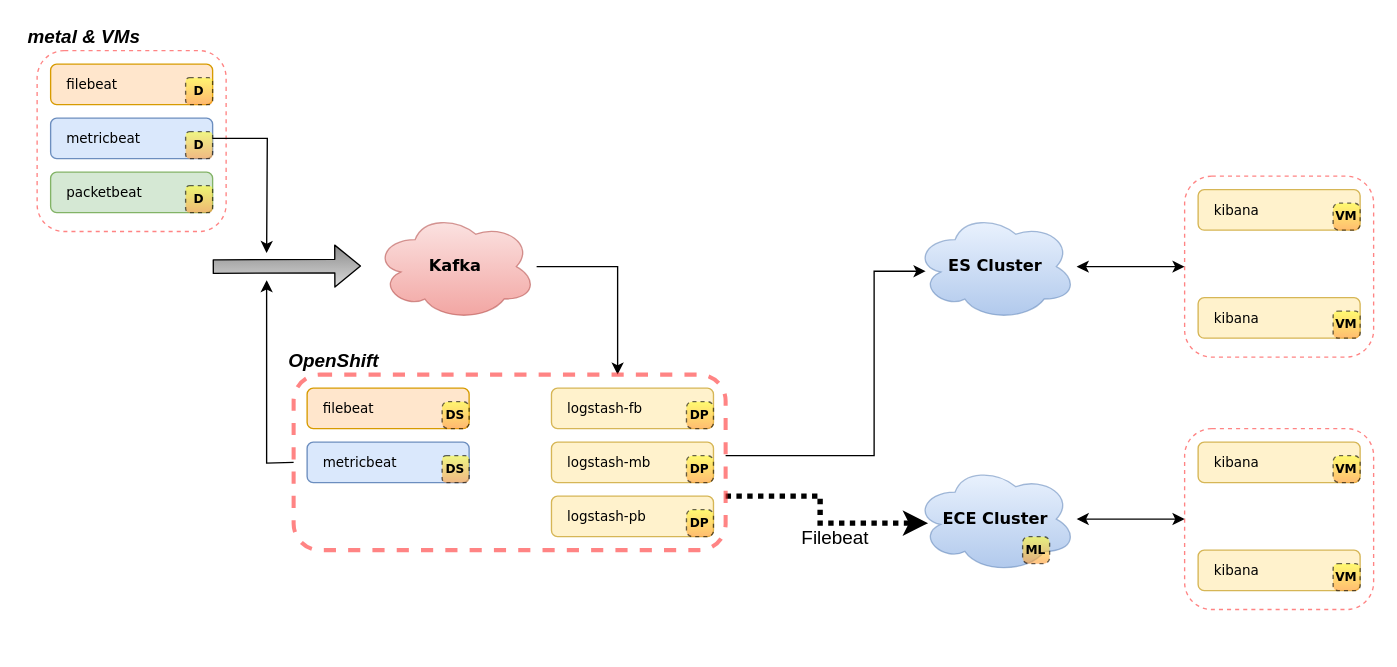
The draw.io diagram architecture/elasticsearch/belk_kafka_k8s_w_logstash_w_beats_w_ece.drawio in slmingol/diagram_assets, before the edit. Source tidied: cells renumbered, new cells numbered last; positions are measured from the earlier drawing's top-left corner, leaving out a move shared by most shapes. Both pictures are drawn from the tidied source at 135%, with x=0, y=0 at pixel (23, 23).
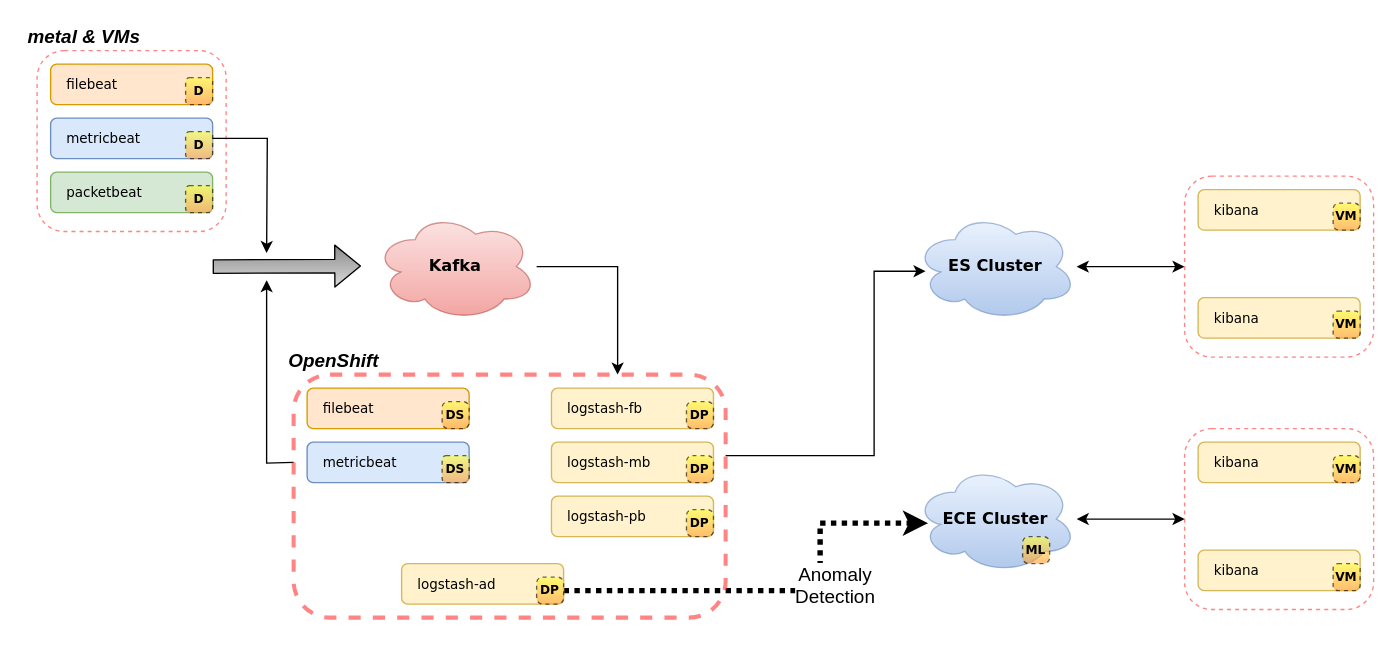
Above is the later version.

Unchanged cells that the change refers to:
```xml
<mxCell id="27" value="&lt;div style=&quot;text-align: center ; font-size: 12px&quot;&gt;&lt;span style=&quot;font-size: 12px&quot;&gt;ECE Cluster&lt;/span&gt;&lt;/div&gt;" style="ellipse;shape=cloud;whiteSpace=wrap;html=1;rounded=0;strokeColor=#6c8ebf;strokeWidth=1;fillColor=#dae8fc;gradientColor=#7ea6e0;fontFamily=Verdana;fontSize=12;opacity=60;align=center;fontStyle=1;" parent="1" vertex="1">
  <mxGeometry x="660" y="327" width="120" height="80" as="geometry" />
</mxCell>
```

Diff of the diagram source:
```diff
@@
-    <mxCell id="36" style="edgeStyle=orthogonalEdgeStyle;rounded=0;jettySize=auto;html=1;entryX=0.083;entryY=0.538;entryDx=0;entryDy=0;entryPerimeter=0;startArrow=none;startFill=0;strokeWidth=4;fillColor=#8A8A8A;gradientColor=#DBDBDB;fontSize=14;fontColor=#000000;dashed=1;dashPattern=1 1;" parent="1" edge="1" target="27">
+    <mxCell id="36" style="edgeStyle=orthogonalEdgeStyle;rounded=0;jettySize=auto;html=1;entryX=0.083;entryY=0.538;entryDx=0;entryDy=0;entryPerimeter=0;startArrow=none;startFill=0;strokeWidth=4;fillColor=#8A8A8A;gradientColor=#DBDBDB;fontSize=14;fontColor=#000000;dashed=1;dashPattern=1 1;exitX=1;exitY=0.5;exitDx=0;exitDy=0;" parent="1" edge="1" source="53" target="27">
       <mxGeometry relative="1" as="geometry">
-        <mxPoint x="520" y="350" as="sourcePoint" />
         <Array as="points">
-          <mxPoint x="590" y="350" />
+          <mxPoint x="590" y="420" />
           <mxPoint x="590" y="370" />
         </Array>
       </mxGeometry>
     </mxCell>
-    <mxCell id="37" value="Filebeat" style="text;html=1;align=center;verticalAlign=middle;labelBackgroundColor=#ffffff;fontSize=14;fontColor=#000000;" parent="36" vertex="1">
+    <mxCell id="37" value="Anomaly &lt;br&gt;Detection" style="text;html=1;align=center;verticalAlign=middle;labelBackgroundColor=#ffffff;fontSize=14;fontColor=#000000;" parent="36" vertex="1">
       <mxGeometry x="0.2" y="1" relative="1" as="geometry">
-        <mxPoint x="-2" y="11" as="offset" />
+        <mxPoint x="11" y="-3" as="offset" />
       </mxGeometry>
     </mxCell>
     <mxCell id="38" style="group;" parent="1" vertex="1">
-      <mxGeometry x="200" y="260" width="320" height="130" as="geometry" />
+      <mxGeometry x="200" y="260" width="320" height="200" as="geometry" />
     </mxCell>
     <mxCell id="39" style="rounded=1;whiteSpace=wrap;html=1;strokeColor=#FF3333;strokeWidth=3;fillColor=none;fontFamily=Verdana;fontSize=10;opacity=60;align=left;dashed=1;" parent="38" vertex="1">
-      <mxGeometry width="320" height="130" as="geometry" />
+      <mxGeometry width="320" height="180" as="geometry" />
     </mxCell>
@@
+    <mxCell id="52" value="logstash-ad" style="rounded=1;whiteSpace=wrap;html=1;strokeColor=#d6b656;strokeWidth=1;fillColor=#fff2cc;fontFamily=Verdana;fontSize=10;align=left;spacingLeft=10;" parent="38" vertex="1">
+      <mxGeometry x="80" y="140" width="120" height="30" as="geometry" />
+    </mxCell>
+    <mxCell id="53" value="DP" style="rounded=1;whiteSpace=wrap;html=1;fontSize=9;fontStyle=1;gradientColor=#FF9933;fillColor=#FFFF33;fontFamily=Verdana;dashed=1;opacity=60;arcSize=22;" parent="38" vertex="1">
+      <mxGeometry x="180" y="150" width="20" height="20" as="geometry" />
+    </mxCell>
```
